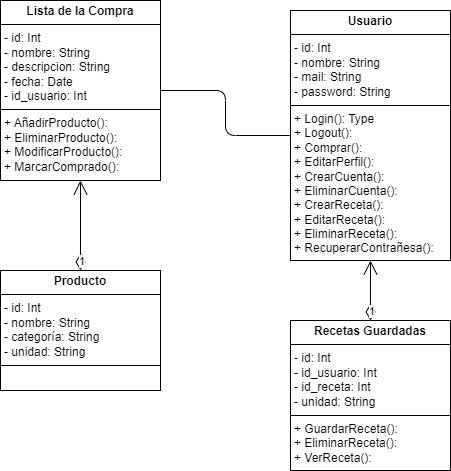
This is docs/diagrama uml.png from danisimmon/Kukit, a draw.io export, as it was before one commit. Source tidied: cells renumbered, new cells last; positions are measured from the earlier drawing's top-left corner, leaving out a move shared by most shapes.
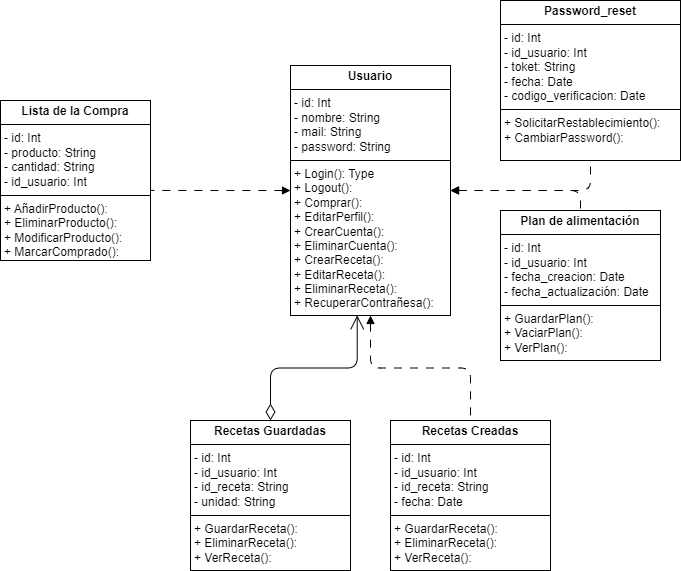
Above is the later version.

What changed in the source:
```diff
@@ -1,27 +1,39 @@
-<mxGraphModel>
+<mxGraphModel background="#ffffff">
   <root>
     <mxCell id="0" />
     <mxCell id="1" parent="0" />
-    <mxCell id="2" value="&lt;p style=&quot;margin:0px;margin-top:4px;text-align:center;&quot;&gt;&lt;b&gt;Producto&lt;/b&gt;&lt;/p&gt;&lt;hr size=&quot;1&quot; style=&quot;border-style:solid;&quot;&gt;&lt;p style=&quot;margin:0px;margin-left:4px;&quot;&gt;- id: Int&lt;/p&gt;&lt;p style=&quot;margin:0px;margin-left:4px;&quot;&gt;- nombre: String&lt;/p&gt;&lt;p style=&quot;margin:0px;margin-left:4px;&quot;&gt;- categoría: String&lt;/p&gt;&lt;p style=&quot;margin:0px;margin-left:4px;&quot;&gt;- unidad: String&lt;/p&gt;&lt;hr size=&quot;1&quot; style=&quot;border-style:solid;&quot;&gt;&lt;p style=&quot;margin:0px;margin-left:4px;&quot;&gt;&lt;br&gt;&lt;/p&gt;" style="verticalAlign=top;align=left;overflow=fill;html=1;whiteSpace=wrap;glass=0;" parent="1" vertex="1">
-      <mxGeometry y="270" width="160" height="120" as="geometry" />
-    </mxCell>
     <mxCell id="3" value="&lt;p style=&quot;margin:0px;margin-top:4px;text-align:center;&quot;&gt;&lt;b&gt;Usuario&lt;/b&gt;&lt;/p&gt;&lt;hr size=&quot;1&quot; style=&quot;border-style:solid;&quot;&gt;&lt;p style=&quot;margin:0px;margin-left:4px;&quot;&gt;- id: Int&lt;/p&gt;&lt;p style=&quot;margin:0px;margin-left:4px;&quot;&gt;- nombre: String&lt;/p&gt;&lt;p style=&quot;margin:0px;margin-left:4px;&quot;&gt;- mail: String&lt;/p&gt;&lt;p style=&quot;margin:0px;margin-left:4px;&quot;&gt;- password: String&lt;/p&gt;&lt;hr size=&quot;1&quot; style=&quot;border-style:solid;&quot;&gt;&lt;p style=&quot;margin:0px;margin-left:4px;&quot;&gt;+ Login(): Type&lt;/p&gt;&lt;p style=&quot;margin:0px;margin-left:4px;&quot;&gt;+ Logout():&amp;nbsp;&lt;/p&gt;&lt;p style=&quot;margin:0px;margin-left:4px;&quot;&gt;+ Comprar():&amp;nbsp;&lt;/p&gt;&lt;p style=&quot;margin:0px;margin-left:4px;&quot;&gt;+ EditarPerfil():&lt;/p&gt;&lt;p style=&quot;margin:0px;margin-left:4px;&quot;&gt;+ CrearCuenta():&lt;br&gt;+ EliminarCuenta():&lt;/p&gt;&lt;p style=&quot;margin:0px;margin-left:4px;&quot;&gt;+ CrearReceta():&lt;/p&gt;&lt;p style=&quot;margin:0px;margin-left:4px;&quot;&gt;+ EditarReceta():&lt;/p&gt;&lt;p style=&quot;margin:0px;margin-left:4px;&quot;&gt;+ EliminarReceta():&lt;/p&gt;&lt;p style=&quot;margin:0px;margin-left:4px;&quot;&gt;+ RecuperarContrañesa():&lt;/p&gt;" style="verticalAlign=top;align=left;overflow=fill;html=1;whiteSpace=wrap;glass=0;" parent="1" vertex="1">
-      <mxGeometry x="290" y="10" width="160" height="250" as="geometry" />
+      <mxGeometry x="410" y="-35" width="160" height="250" as="geometry" />
     </mxCell>
-    <mxCell id="4" value="&lt;p style=&quot;margin:0px;margin-top:4px;text-align:center;&quot;&gt;&lt;b&gt;Lista de la Compra&lt;/b&gt;&lt;/p&gt;&lt;hr size=&quot;1&quot; style=&quot;border-style:solid;&quot;&gt;&lt;p style=&quot;margin:0px;margin-left:4px;&quot;&gt;- id: Int&lt;/p&gt;&lt;p style=&quot;margin:0px;margin-left:4px;&quot;&gt;- nombre: String&lt;/p&gt;&lt;p style=&quot;margin:0px;margin-left:4px;&quot;&gt;- descripcion: String&lt;/p&gt;&lt;p style=&quot;margin:0px;margin-left:4px;&quot;&gt;- fecha: Date&lt;/p&gt;&lt;p style=&quot;margin:0px;margin-left:4px;&quot;&gt;- id_usuario: Int&lt;/p&gt;&lt;hr size=&quot;1&quot; style=&quot;border-style:solid;&quot;&gt;&lt;p style=&quot;margin:0px;margin-left:4px;&quot;&gt;+ AñadirProducto():&amp;nbsp;&lt;/p&gt;&lt;p style=&quot;margin:0px;margin-left:4px;&quot;&gt;+ EliminarProducto():&amp;nbsp;&lt;/p&gt;&lt;p style=&quot;margin:0px;margin-left:4px;&quot;&gt;+ ModificarProducto():&lt;/p&gt;&lt;p style=&quot;margin:0px;margin-left:4px;&quot;&gt;+ MarcarComprado():&lt;br&gt;&lt;br&gt;&lt;/p&gt;" style="verticalAlign=top;align=left;overflow=fill;html=1;whiteSpace=wrap;glass=0;" parent="1" vertex="1">
-      <mxGeometry width="160" height="180" as="geometry" />
+    <mxCell id="4" value="&lt;p style=&quot;margin:0px;margin-top:4px;text-align:center;&quot;&gt;&lt;b&gt;Lista de la Compra&lt;/b&gt;&lt;/p&gt;&lt;hr size=&quot;1&quot; style=&quot;border-style:solid;&quot;&gt;&lt;p style=&quot;margin:0px;margin-left:4px;&quot;&gt;- id: Int&lt;/p&gt;&lt;p style=&quot;margin:0px;margin-left:4px;&quot;&gt;- producto: String&lt;/p&gt;&lt;p style=&quot;margin:0px;margin-left:4px;&quot;&gt;- cantidad: String&lt;/p&gt;&lt;p style=&quot;margin:0px;margin-left:4px;&quot;&gt;- id_usuario: Int&lt;/p&gt;&lt;hr size=&quot;1&quot; style=&quot;border-style:solid;&quot;&gt;&lt;p style=&quot;margin:0px;margin-left:4px;&quot;&gt;+ AñadirProducto():&amp;nbsp;&lt;/p&gt;&lt;p style=&quot;margin:0px;margin-left:4px;&quot;&gt;+ EliminarProducto():&amp;nbsp;&lt;/p&gt;&lt;p style=&quot;margin:0px;margin-left:4px;&quot;&gt;+ ModificarProducto():&lt;/p&gt;&lt;p style=&quot;margin:0px;margin-left:4px;&quot;&gt;+ MarcarComprado():&lt;br&gt;&lt;br&gt;&lt;/p&gt;" style="verticalAlign=top;align=left;overflow=fill;html=1;whiteSpace=wrap;glass=0;" parent="1" vertex="1">
+      <mxGeometry x="120" width="150" height="160" as="geometry" />
     </mxCell>
-    <mxCell id="5" style="endArrow=none;html=1;edgeStyle=orthogonalEdgeStyle;" parent="1" edge="1" source="3" target="4">
+    <mxCell id="5" style="endArrow=none;html=1;edgeStyle=orthogonalEdgeStyle;dashed=1;dashPattern=8 8;startArrow=block;startFill=1;entryX=1;entryY=0.562;entryDx=0;entryDy=0;entryPerimeter=0;" parent="1" edge="1" source="3" target="4">
       <mxGeometry relative="1" as="geometry" />
     </mxCell>
-    <mxCell id="6" value="1" style="endArrow=open;html=1;endSize=12;startArrow=diamondThin;startSize=14;startFill=0;edgeStyle=orthogonalEdgeStyle;align=left;verticalAlign=bottom;" parent="1" edge="1" source="2" target="4">
-      <mxGeometry x="-1" y="3" relative="1" as="geometry" />
-    </mxCell>
-    <mxCell id="7" value="&lt;p style=&quot;margin:0px;margin-top:4px;text-align:center;&quot;&gt;&lt;b&gt;Recetas Guardadas&lt;/b&gt;&lt;/p&gt;&lt;hr size=&quot;1&quot; style=&quot;border-style:solid;&quot;&gt;&lt;p style=&quot;margin:0px;margin-left:4px;&quot;&gt;- id: Int&lt;/p&gt;&lt;p style=&quot;margin:0px;margin-left:4px;&quot;&gt;- id_usuario: Int&lt;/p&gt;&lt;p style=&quot;margin:0px;margin-left:4px;&quot;&gt;- id_receta: Int&lt;/p&gt;&lt;p style=&quot;margin:0px;margin-left:4px;&quot;&gt;- unidad: String&lt;/p&gt;&lt;hr size=&quot;1&quot; style=&quot;border-style:solid;&quot;&gt;&lt;p style=&quot;margin:0px;margin-left:4px;&quot;&gt;+ GuardarReceta():&lt;/p&gt;&lt;p style=&quot;margin:0px;margin-left:4px;&quot;&gt;+ EliminarReceta():&lt;/p&gt;&lt;p style=&quot;margin:0px;margin-left:4px;&quot;&gt;+ VerReceta():&lt;/p&gt;&lt;p style=&quot;margin:0px;margin-left:4px;&quot;&gt;&lt;br&gt;&lt;/p&gt;" style="verticalAlign=top;align=left;overflow=fill;html=1;whiteSpace=wrap;glass=0;" parent="1" vertex="1">
-      <mxGeometry x="290" y="320" width="160" height="150" as="geometry" />
+    <mxCell id="7" value="&lt;p style=&quot;margin:0px;margin-top:4px;text-align:center;&quot;&gt;&lt;b&gt;Recetas Guardadas&lt;/b&gt;&lt;/p&gt;&lt;hr size=&quot;1&quot; style=&quot;border-style:solid;&quot;&gt;&lt;p style=&quot;margin:0px;margin-left:4px;&quot;&gt;- id: Int&lt;/p&gt;&lt;p style=&quot;margin:0px;margin-left:4px;&quot;&gt;- id_usuario: Int&lt;/p&gt;&lt;p style=&quot;margin:0px;margin-left:4px;&quot;&gt;- id_receta: String&lt;/p&gt;&lt;p style=&quot;margin:0px;margin-left:4px;&quot;&gt;- unidad: String&lt;/p&gt;&lt;hr size=&quot;1&quot; style=&quot;border-style:solid;&quot;&gt;&lt;p style=&quot;margin:0px;margin-left:4px;&quot;&gt;+ GuardarReceta():&lt;/p&gt;&lt;p style=&quot;margin:0px;margin-left:4px;&quot;&gt;+ EliminarReceta():&lt;/p&gt;&lt;p style=&quot;margin:0px;margin-left:4px;&quot;&gt;+ VerReceta():&lt;/p&gt;&lt;p style=&quot;margin:0px;margin-left:4px;&quot;&gt;&lt;br&gt;&lt;/p&gt;" style="verticalAlign=top;align=left;overflow=fill;html=1;whiteSpace=wrap;glass=0;" parent="1" vertex="1">
+      <mxGeometry x="310" y="320" width="160" height="150" as="geometry" />
     </mxCell>
-    <mxCell id="8" value="1" style="endArrow=open;html=1;endSize=12;startArrow=diamondThin;startSize=14;startFill=0;edgeStyle=orthogonalEdgeStyle;align=left;verticalAlign=bottom;" parent="1" edge="1" source="7" target="3">
-      <mxGeometry x="-1" y="3" relative="1" as="geometry" />
+    <mxCell id="8" style="endArrow=open;html=1;endSize=12;startArrow=diamondThin;startSize=14;startFill=0;edgeStyle=orthogonalEdgeStyle;align=left;verticalAlign=bottom;entryX=0.417;entryY=0.999;entryDx=0;entryDy=0;entryPerimeter=0;" parent="1" edge="1" source="7" target="3">
+      <mxGeometry x="-0.67" y="-10" relative="1" as="geometry" />
     </mxCell>
+    <mxCell id="9" value="&lt;p style=&quot;margin:0px;margin-top:4px;text-align:center;&quot;&gt;&lt;b&gt;Recetas Creadas&lt;/b&gt;&lt;/p&gt;&lt;hr size=&quot;1&quot; style=&quot;border-style:solid;&quot;&gt;&lt;p style=&quot;margin:0px;margin-left:4px;&quot;&gt;- id: Int&lt;/p&gt;&lt;p style=&quot;margin:0px;margin-left:4px;&quot;&gt;- id_usuario: Int&lt;/p&gt;&lt;p style=&quot;margin:0px;margin-left:4px;&quot;&gt;- id_receta: String&lt;/p&gt;&lt;p style=&quot;margin:0px;margin-left:4px;&quot;&gt;- fecha: Date&lt;/p&gt;&lt;hr size=&quot;1&quot; style=&quot;border-style:solid;&quot;&gt;&lt;p style=&quot;margin:0px;margin-left:4px;&quot;&gt;+ GuardarReceta():&lt;/p&gt;&lt;p style=&quot;margin:0px;margin-left:4px;&quot;&gt;+ EliminarReceta():&lt;/p&gt;&lt;p style=&quot;margin:0px;margin-left:4px;&quot;&gt;+ VerReceta():&lt;/p&gt;&lt;p style=&quot;margin:0px;margin-left:4px;&quot;&gt;&lt;br&gt;&lt;/p&gt;" style="verticalAlign=top;align=left;overflow=fill;html=1;whiteSpace=wrap;glass=0;" parent="1" vertex="1">
+      <mxGeometry x="510" y="320" width="160" height="150" as="geometry" />
+    </mxCell>
+    <mxCell id="10" value="&lt;p style=&quot;margin:0px;margin-top:4px;text-align:center;&quot;&gt;&lt;b&gt;Plan de alimentación&lt;/b&gt;&lt;/p&gt;&lt;hr size=&quot;1&quot; style=&quot;border-style:solid;&quot;&gt;&lt;p style=&quot;margin:0px;margin-left:4px;&quot;&gt;- id: Int&lt;/p&gt;&lt;p style=&quot;margin:0px;margin-left:4px;&quot;&gt;- id_usuario: Int&lt;/p&gt;&lt;p style=&quot;margin:0px;margin-left:4px;&quot;&gt;- fecha_creacion: Date&lt;/p&gt;&lt;p style=&quot;margin:0px;margin-left:4px;&quot;&gt;- fecha_actualización: Date&lt;/p&gt;&lt;hr size=&quot;1&quot; style=&quot;border-style:solid;&quot;&gt;&lt;p style=&quot;margin:0px;margin-left:4px;&quot;&gt;+ GuardarPlan():&lt;/p&gt;&lt;p style=&quot;margin:0px;margin-left:4px;&quot;&gt;+ VaciarPlan():&lt;/p&gt;&lt;p style=&quot;margin:0px;margin-left:4px;&quot;&gt;+ VerPlan():&lt;/p&gt;&lt;p style=&quot;margin:0px;margin-left:4px;&quot;&gt;&lt;br&gt;&lt;/p&gt;" style="verticalAlign=top;align=left;overflow=fill;html=1;whiteSpace=wrap;glass=0;" parent="1" vertex="1">
+      <mxGeometry x="620" y="110" width="160" height="150" as="geometry" />
+    </mxCell>
+    <mxCell id="11" style="endArrow=none;html=1;edgeStyle=orthogonalEdgeStyle;dashed=1;dashPattern=8 8;startArrow=block;startFill=1;entryX=0.5;entryY=0;entryDx=0;entryDy=0;exitX=1;exitY=0.5;exitDx=0;exitDy=0;" parent="1" edge="1" source="3" target="10">
+      <mxGeometry relative="1" as="geometry" />
+    </mxCell>
+    <mxCell id="12" style="endArrow=none;html=1;edgeStyle=orthogonalEdgeStyle;dashed=1;dashPattern=8 8;startArrow=block;startFill=1;exitX=0.5;exitY=1;exitDx=0;exitDy=0;" parent="1" edge="1" source="3" target="9">
+      <mxGeometry relative="1" as="geometry" />
+    </mxCell>
+    <mxCell id="13" value="&lt;p style=&quot;margin:0px;margin-top:4px;text-align:center;&quot;&gt;&lt;b&gt;Password_reset&lt;/b&gt;&lt;/p&gt;&lt;hr size=&quot;1&quot; style=&quot;border-style:solid;&quot;&gt;&lt;p style=&quot;margin:0px;margin-left:4px;&quot;&gt;- id: Int&lt;/p&gt;&lt;p style=&quot;margin:0px;margin-left:4px;&quot;&gt;- id_usuario: Int&lt;/p&gt;&lt;p style=&quot;margin:0px;margin-left:4px;&quot;&gt;- toket: String&lt;/p&gt;&lt;p style=&quot;margin:0px;margin-left:4px;&quot;&gt;- fecha: Date&lt;/p&gt;&lt;p style=&quot;margin:0px;margin-left:4px;&quot;&gt;- codigo_verificacion: Date&lt;/p&gt;&lt;hr size=&quot;1&quot; style=&quot;border-style:solid;&quot;&gt;&lt;p style=&quot;margin:0px;margin-left:4px;&quot;&gt;+ SolicitarRestablecimiento():&lt;/p&gt;&lt;p style=&quot;margin:0px;margin-left:4px;&quot;&gt;+ CambiarPassword():&lt;/p&gt;&lt;p style=&quot;margin:0px;margin-left:4px;&quot;&gt;&lt;br&gt;&lt;/p&gt;" style="verticalAlign=top;align=left;overflow=fill;html=1;whiteSpace=wrap;glass=0;" parent="1" vertex="1">
+      <mxGeometry x="620" y="-100" width="180" height="160" as="geometry" />
+    </mxCell>
+    <mxCell id="14" style="endArrow=none;html=1;edgeStyle=orthogonalEdgeStyle;dashed=1;dashPattern=8 8;startArrow=block;startFill=1;entryX=0.5;entryY=1;entryDx=0;entryDy=0;exitX=1;exitY=0.5;exitDx=0;exitDy=0;" parent="1" edge="1" source="3" target="13">
+      <mxGeometry relative="1" as="geometry" />
+    </mxCell>
   </root>
 </mxGraphModel>
```
